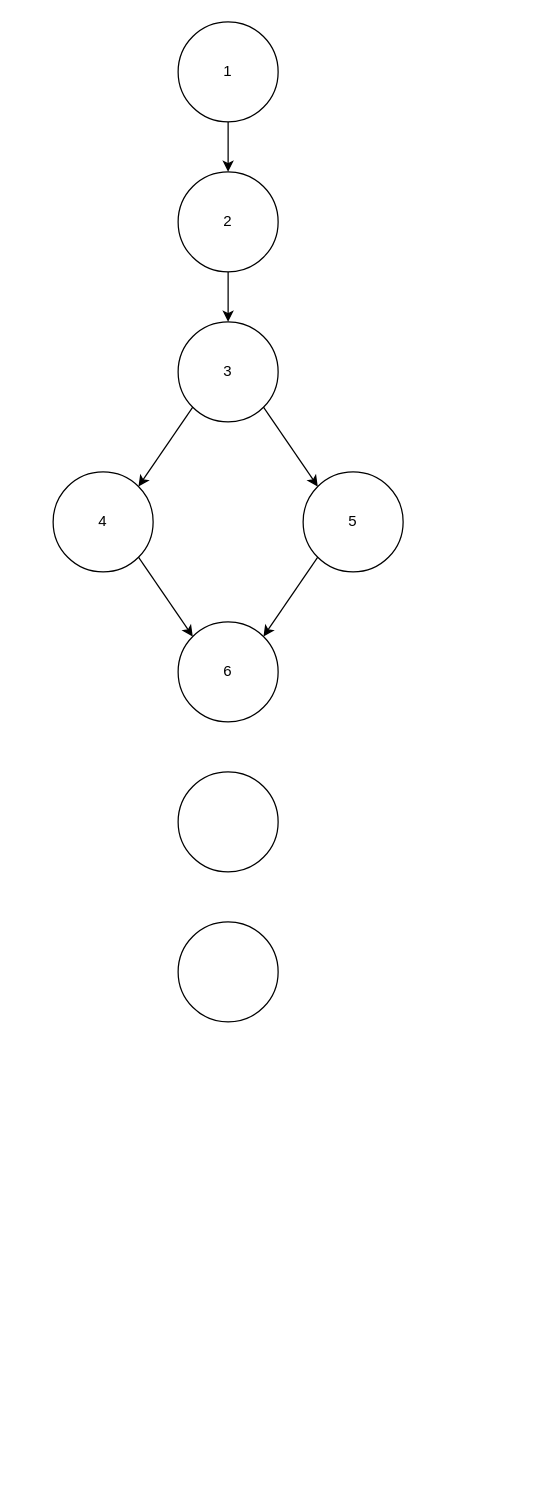
This is Actividad 3.1.drawio from Kristiansito/Diagramas, a draw.io file, before an edit. Source tidied: cells renumbered, new cells numbered last; positions are measured from the earlier drawing's top-left corner, leaving out a move shared by most shapes. Both pictures are drawn from the tidied source at 125%, with x=0, y=0 at pixel (52, 21).
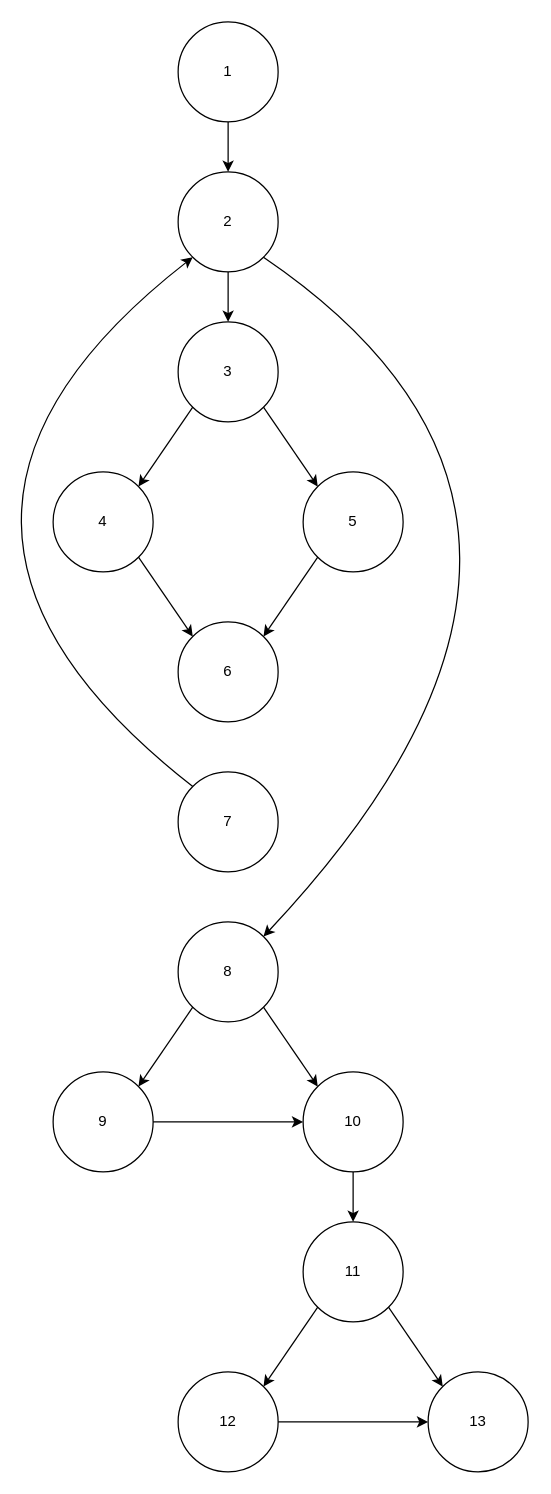
The same page after the edit.

Unchanged cells that the change refers to:
```xml
<mxCell id="4" value="2" style="ellipse;whiteSpace=wrap;html=1;" parent="1" vertex="1">
  <mxGeometry x="100" y="120" width="80" height="80" as="geometry" />
</mxCell>
```

Change to the diagram source:
```diff
@@
-    <mxCell id="14" style="ellipse;whiteSpace=wrap;html=1;" parent="1" vertex="1">
+    <mxCell id="14" value="7" style="ellipse;whiteSpace=wrap;html=1;" parent="1" vertex="1">
       <mxGeometry x="100" y="600" width="80" height="80" as="geometry" />
     </mxCell>
-    <mxCell id="15" style="ellipse;whiteSpace=wrap;html=1;" parent="1" vertex="1">
+    <mxCell id="15" value="8" style="ellipse;whiteSpace=wrap;html=1;" parent="1" vertex="1">
       <mxGeometry x="100" y="720" width="80" height="80" as="geometry" />
     </mxCell>
+    <mxCell id="16" style="curved=1;endArrow=classic;html=1;rounded=0;exitX=0;exitY=0;exitDx=0;exitDy=0;entryX=0;entryY=1;entryDx=0;entryDy=0;" parent="1" edge="1" source="14" target="4">
+      <mxGeometry relative="1" as="geometry">
+        <Array as="points">
+          <mxPoint x="-160" y="400" />
+        </Array>
+      </mxGeometry>
+    </mxCell>
+    <mxCell id="17" style="curved=1;endArrow=classic;html=1;rounded=0;exitX=1;exitY=1;exitDx=0;exitDy=0;entryX=1;entryY=0;entryDx=0;entryDy=0;" parent="1" edge="1" source="4" target="15">
+      <mxGeometry relative="1" as="geometry">
+        <Array as="points">
+          <mxPoint x="480" y="400" />
+        </Array>
+      </mxGeometry>
+    </mxCell>
+    <mxCell id="18" value="10" style="ellipse;whiteSpace=wrap;html=1;" parent="1" vertex="1">
+      <mxGeometry x="200" y="840" width="80" height="80" as="geometry" />
+    </mxCell>
+    <mxCell id="19" value="9" style="ellipse;whiteSpace=wrap;html=1;" parent="1" vertex="1">
+      <mxGeometry y="840" width="80" height="80" as="geometry" />
+    </mxCell>
+    <mxCell id="20" style="endArrow=classic;html=1;rounded=0;exitX=0;exitY=1;exitDx=0;exitDy=0;entryX=1;entryY=0;entryDx=0;entryDy=0;" parent="1" edge="1" source="15" target="19">
+      <mxGeometry relative="1" as="geometry" />
+    </mxCell>
+    <mxCell id="21" style="endArrow=classic;html=1;rounded=0;exitX=1;exitY=1;exitDx=0;exitDy=0;entryX=0;entryY=0;entryDx=0;entryDy=0;" parent="1" edge="1" source="15" target="18">
+      <mxGeometry relative="1" as="geometry" />
+    </mxCell>
+    <mxCell id="22" style="endArrow=classic;html=1;rounded=0;exitX=1;exitY=0.5;exitDx=0;exitDy=0;entryX=0;entryY=0.5;entryDx=0;entryDy=0;" parent="1" edge="1" source="19" target="18">
+      <mxGeometry relative="1" as="geometry" />
+    </mxCell>
+    <mxCell id="23" value="11" style="ellipse;whiteSpace=wrap;html=1;" parent="1" vertex="1">
+      <mxGeometry x="200" y="960" width="80" height="80" as="geometry" />
+    </mxCell>
+    <mxCell id="24" value="12" style="ellipse;whiteSpace=wrap;html=1;" parent="1" vertex="1">
+      <mxGeometry x="100" y="1080" width="80" height="80" as="geometry" />
+    </mxCell>
+    <mxCell id="25" value="13" style="ellipse;whiteSpace=wrap;html=1;" parent="1" vertex="1">
+      <mxGeometry x="300" y="1080" width="80" height="80" as="geometry" />
+    </mxCell>
+    <mxCell id="26" style="endArrow=classic;html=1;rounded=0;entryX=1;entryY=0;entryDx=0;entryDy=0;exitX=0;exitY=1;exitDx=0;exitDy=0;" parent="1" edge="1" source="23" target="24">
+      <mxGeometry relative="1" as="geometry" />
+    </mxCell>
+    <mxCell id="27" style="endArrow=classic;html=1;rounded=0;entryX=0;entryY=0;entryDx=0;entryDy=0;exitX=1;exitY=1;exitDx=0;exitDy=0;" parent="1" edge="1" source="23" target="25">
+      <mxGeometry relative="1" as="geometry" />
+    </mxCell>
+    <mxCell id="28" style="endArrow=classic;html=1;rounded=0;exitX=0.5;exitY=1;exitDx=0;exitDy=0;entryX=0.5;entryY=0;entryDx=0;entryDy=0;" parent="1" edge="1" source="18" target="23">
+      <mxGeometry relative="1" as="geometry" />
+    </mxCell>
+    <mxCell id="29" style="endArrow=classic;html=1;rounded=0;entryX=0;entryY=0.5;entryDx=0;entryDy=0;exitX=1;exitY=0.5;exitDx=0;exitDy=0;" parent="1" edge="1" source="24" target="25">
+      <mxGeometry relative="1" as="geometry" />
+    </mxCell>
```
